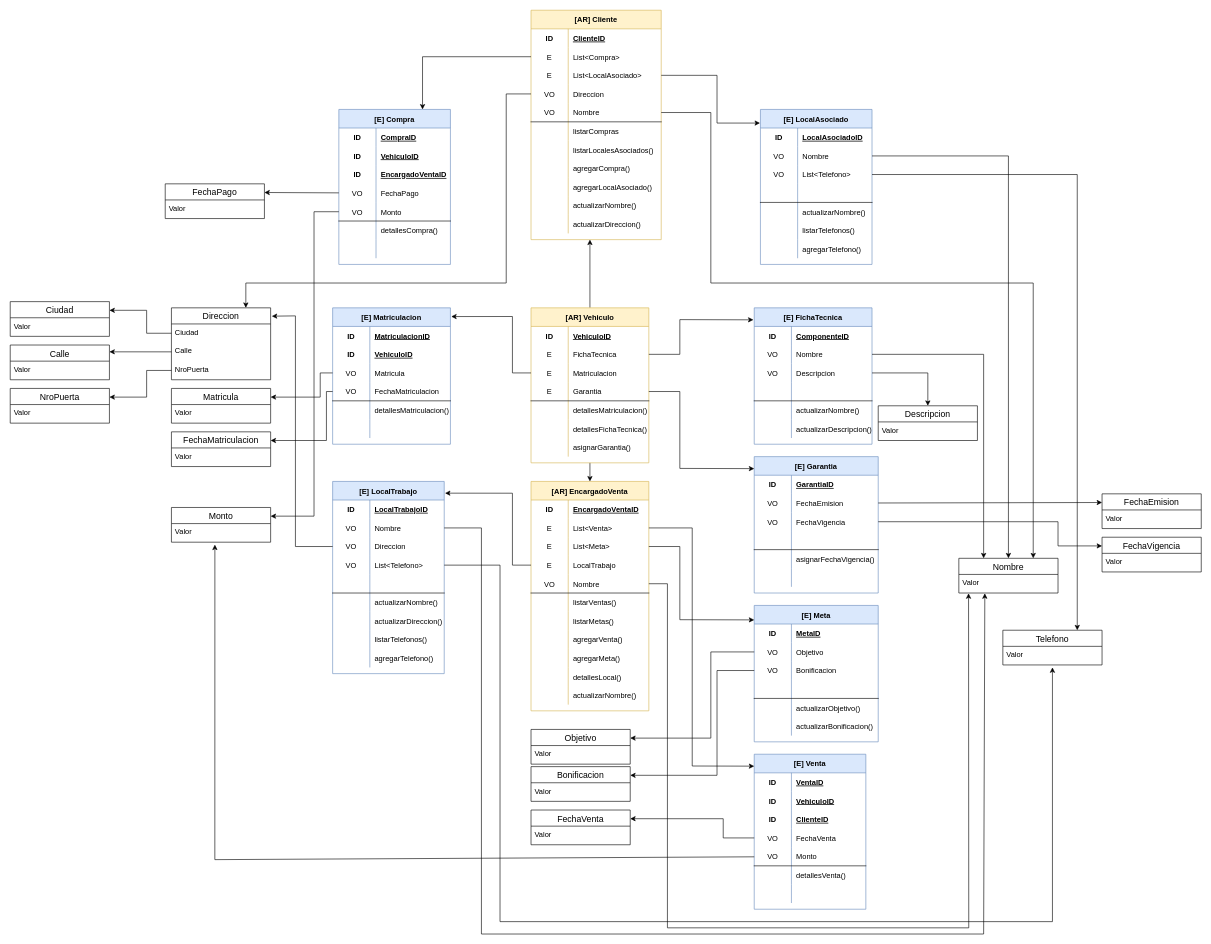
Above: page "Modelo de dominio" (2 of 3) of Reto Final DDD.drawio in HenryFerreira/Reto-Final-DDD (draw.io), before the change. Source tidied: cells renumbered, new cells numbered last; positions are measured from the earlier drawing's top-left corner, leaving out a move shared by most shapes. Both pictures are drawn from the tidied source at 62%, with x=0, y=0 at pixel (10, 10).
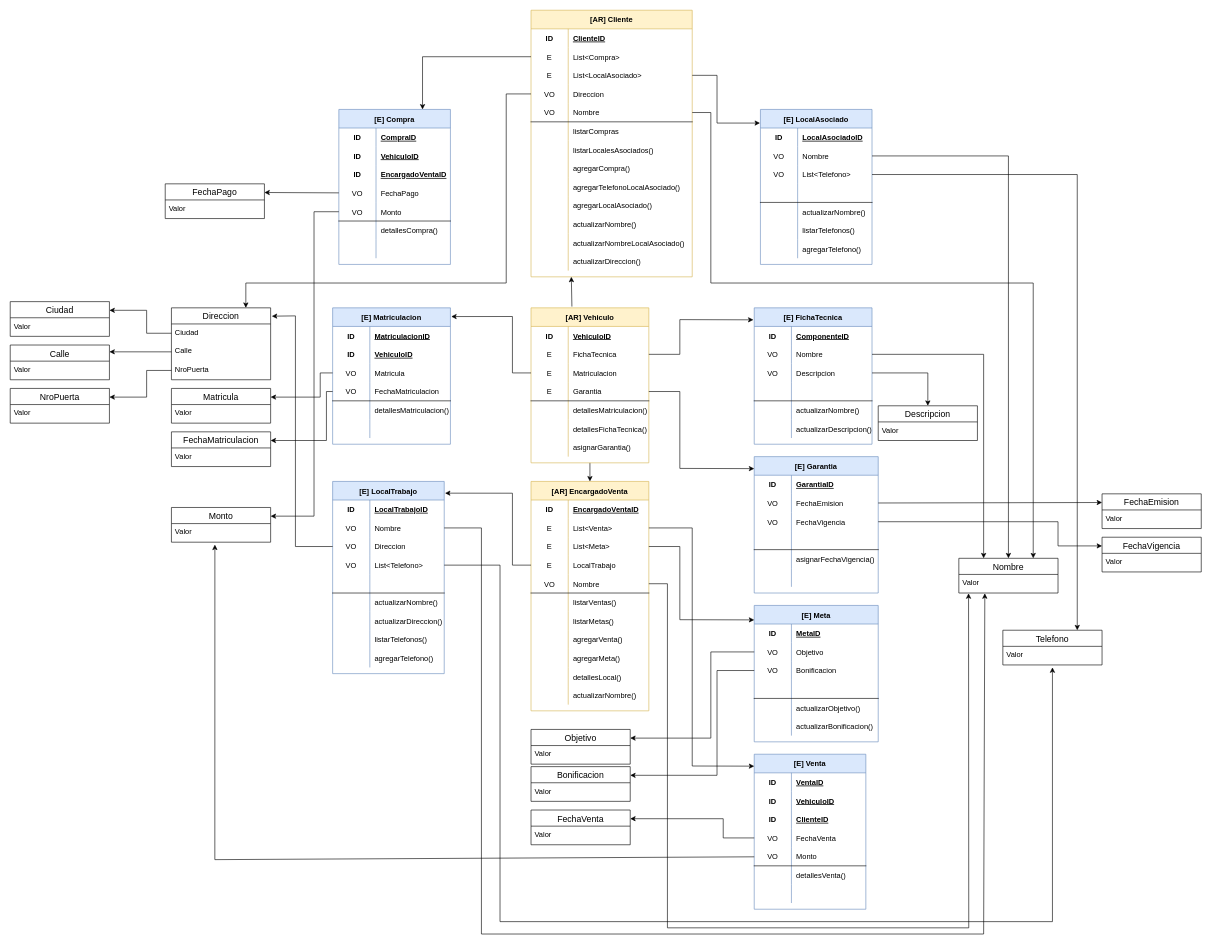
Above is the later version.

Commit message (it also covers changes not shown here):
se actualizo el Modelo de Dominio

Unchanged cells that the change refers to:
```xml
<mxCell id="38" value="[AR] Vehiculo" style="shape=table;startSize=30;childLayout=tableLayout;rowLines=0;fontStyle=1;align=center;fillColor=#fff2cc;strokeColor=#d6b656;" parent="1" vertex="1">
  <mxGeometry x="840" y="480" width="190" height="250" as="geometry" />
</mxCell>
```

What changed in the source:
```diff
@@
     <mxCell id="2" value="[AR] Cliente" style="shape=table;startSize=30;childLayout=tableLayout;rowLines=0;fontStyle=1;align=center;fillColor=#fff2cc;strokeColor=#d6b656;" parent="1" vertex="1">
-      <mxGeometry x="840" width="210" height="370" as="geometry" />
+      <mxGeometry x="840" width="260" height="430" as="geometry" />
     </mxCell>
     <mxCell id="3" style="shape=tableRow;horizontal=0;startSize=0;swimlaneHead=0;swimlaneBody=0;fillColor=none;top=0;left=0;right=0;bottom=0;" parent="2" vertex="1">
-      <mxGeometry y="30" width="210" height="30" as="geometry" />
+      <mxGeometry y="30" width="260" height="30" as="geometry" />
     </mxCell>
@@
     <mxCell id="5" value="ClienteID" style="shape=partialRectangle;fillColor=none;top=0;left=0;bottom=0;right=0;align=left;spacingLeft=6;fontStyle=5;overflow=hidden;" parent="3" vertex="1">
-      <mxGeometry x="60" width="150" height="30" as="geometry" />
+      <mxGeometry x="60" width="200" height="30" as="geometry" />
     </mxCell>
     <mxCell id="6" style="shape=tableRow;horizontal=0;startSize=0;swimlaneHead=0;swimlaneBody=0;fillColor=none;points=[[0,0.5],[1,0.5]];portConstraint=eastwest;top=0;left=0;right=0;bottom=0;strokeColor=default;" parent="2" vertex="1">
-      <mxGeometry y="60" width="210" height="30" as="geometry" />
+      <mxGeometry y="60" width="260" height="30" as="geometry" />
     </mxCell>
@@
     <mxCell id="8" value="List&lt;Compra&gt;" style="shape=partialRectangle;fillColor=none;top=0;left=0;bottom=0;right=0;align=left;spacingLeft=6;overflow=hidden;strokeColor=default;" parent="6" vertex="1">
-      <mxGeometry x="60" width="150" height="30" as="geometry" />
+      <mxGeometry x="60" width="200" height="30" as="geometry" />
     </mxCell>
     <mxCell id="9" style="shape=tableRow;horizontal=0;startSize=0;swimlaneHead=0;swimlaneBody=0;fillColor=none;points=[[0,0.5],[1,0.5]];portConstraint=eastwest;top=0;left=0;right=0;bottom=0;" parent="2" vertex="1">
-      <mxGeometry y="90" width="210" height="30" as="geometry" />
+      <mxGeometry y="90" width="260" height="30" as="geometry" />
     </mxCell>
@@
     <mxCell id="11" value="List&lt;LocalAsociado&gt;" style="shape=partialRectangle;fillColor=none;top=0;left=0;bottom=0;right=0;align=left;spacingLeft=6;overflow=hidden;" parent="9" vertex="1">
-      <mxGeometry x="60" width="150" height="30" as="geometry" />
+      <mxGeometry x="60" width="200" height="30" as="geometry" />
     </mxCell>
     <mxCell id="12" style="shape=tableRow;horizontal=0;startSize=0;swimlaneHead=0;swimlaneBody=0;fillColor=none;points=[[0,0.5],[1,0.5]];portConstraint=eastwest;top=0;left=0;right=0;bottom=0;" parent="2" vertex="1">
-      <mxGeometry y="120" width="210" height="30" as="geometry" />
+      <mxGeometry y="120" width="260" height="30" as="geometry" />
     </mxCell>
@@
     <mxCell id="14" value="Direccion" style="shape=partialRectangle;fillColor=none;top=0;left=0;bottom=0;right=0;align=left;spacingLeft=6;overflow=hidden;" parent="12" vertex="1">
-      <mxGeometry x="60" width="150" height="30" as="geometry" />
+      <mxGeometry x="60" width="200" height="30" as="geometry" />
     </mxCell>
     <mxCell id="15" style="shape=tableRow;horizontal=0;startSize=0;swimlaneHead=0;swimlaneBody=0;fillColor=none;points=[[0,0.5],[1,0.5]];portConstraint=eastwest;top=0;left=0;right=0;bottom=1;" parent="2" vertex="1">
-      <mxGeometry y="150" width="210" height="30" as="geometry" />
+      <mxGeometry y="150" width="260" height="30" as="geometry" />
     </mxCell>
@@
     <mxCell id="17" value="Nombre" style="shape=partialRectangle;fillColor=none;top=0;left=0;bottom=0;right=0;align=left;spacingLeft=6;fontStyle=0;overflow=hidden;" parent="15" vertex="1">
-      <mxGeometry x="60" width="150" height="30" as="geometry" />
+      <mxGeometry x="60" width="200" height="30" as="geometry" />
     </mxCell>
     <mxCell id="18" style="shape=tableRow;horizontal=0;startSize=0;swimlaneHead=0;swimlaneBody=0;fillColor=none;top=0;left=0;right=0;bottom=0;strokeColor=default;" parent="2" vertex="1">
-      <mxGeometry y="180" width="210" height="30" as="geometry" />
+      <mxGeometry y="180" width="260" height="30" as="geometry" />
     </mxCell>
@@
     <mxCell id="20" value="listarCompras" style="shape=partialRectangle;fillColor=none;top=0;left=0;bottom=0;right=0;align=left;spacingLeft=6;overflow=hidden;strokeColor=default;" parent="18" vertex="1">
-      <mxGeometry x="60" width="150" height="30" as="geometry" />
+      <mxGeometry x="60" width="200" height="30" as="geometry" />
     </mxCell>
     <mxCell id="21" style="shape=tableRow;horizontal=0;startSize=0;swimlaneHead=0;swimlaneBody=0;fillColor=none;top=0;left=0;right=0;bottom=0;strokeColor=default;" parent="2" vertex="1">
-      <mxGeometry y="210" width="210" height="30" as="geometry" />
+      <mxGeometry y="210" width="260" height="30" as="geometry" />
     </mxCell>
@@
     <mxCell id="23" value="listarLocalesAsociados()" style="shape=partialRectangle;fillColor=none;top=0;left=0;bottom=0;right=0;align=left;spacingLeft=6;overflow=hidden;strokeColor=default;" parent="21" vertex="1">
-      <mxGeometry x="60" width="150" height="30" as="geometry" />
+      <mxGeometry x="60" width="200" height="30" as="geometry" />
     </mxCell>
     <mxCell id="24" style="shape=tableRow;horizontal=0;startSize=0;swimlaneHead=0;swimlaneBody=0;fillColor=none;top=0;left=0;right=0;bottom=0;strokeColor=default;" parent="2" vertex="1">
-      <mxGeometry y="240" width="210" height="30" as="geometry" />
+      <mxGeometry y="240" width="260" height="30" as="geometry" />
     </mxCell>
@@
     <mxCell id="26" value="agregarCompra()" style="shape=partialRectangle;fillColor=none;top=0;left=0;bottom=0;right=0;align=left;spacingLeft=6;overflow=hidden;strokeColor=default;" parent="24" vertex="1">
-      <mxGeometry x="60" width="150" height="30" as="geometry" />
+      <mxGeometry x="60" width="200" height="30" as="geometry" />
     </mxCell>
+    <mxCell id="329" style="shape=tableRow;horizontal=0;startSize=0;swimlaneHead=0;swimlaneBody=0;fillColor=none;top=0;left=0;right=0;bottom=0;" parent="2" vertex="1">
+      <mxGeometry y="270" width="260" height="30" as="geometry" />
+    </mxCell>
+    <mxCell id="330" style="shape=partialRectangle;fillColor=none;top=0;left=0;bottom=0;right=0;overflow=hidden;" parent="329" vertex="1">
+      <mxGeometry width="60" height="30" as="geometry" />
+    </mxCell>
+    <mxCell id="331" value="agregarTelefonoLocalAsociado()" style="shape=partialRectangle;fillColor=none;top=0;left=0;bottom=0;right=0;align=left;spacingLeft=6;overflow=hidden;" parent="329" vertex="1">
+      <mxGeometry x="60" width="200" height="30" as="geometry" />
+    </mxCell>
     <mxCell id="27" style="shape=tableRow;horizontal=0;startSize=0;swimlaneHead=0;swimlaneBody=0;fillColor=none;top=0;left=0;right=0;bottom=0;strokeColor=default;" parent="2" vertex="1">
-      <mxGeometry y="270" width="210" height="30" as="geometry" />
+      <mxGeometry y="300" width="260" height="30" as="geometry" />
     </mxCell>
@@
     <mxCell id="29" value="agregarLocalAsociado()" style="shape=partialRectangle;fillColor=none;top=0;left=0;bottom=0;right=0;align=left;spacingLeft=6;overflow=hidden;strokeColor=default;" parent="27" vertex="1">
-      <mxGeometry x="60" width="150" height="30" as="geometry" />
+      <mxGeometry x="60" width="200" height="30" as="geometry" />
     </mxCell>
     <mxCell id="30" style="shape=tableRow;horizontal=0;startSize=0;swimlaneHead=0;swimlaneBody=0;fillColor=none;top=0;left=0;right=0;bottom=0;strokeColor=default;" parent="2" vertex="1">
-      <mxGeometry y="300" width="210" height="30" as="geometry" />
+      <mxGeometry y="330" width="260" height="30" as="geometry" />
     </mxCell>
@@
     <mxCell id="32" value="actualizarNombre()" style="shape=partialRectangle;fillColor=none;top=0;left=0;bottom=0;right=0;align=left;spacingLeft=6;overflow=hidden;strokeColor=default;" parent="30" vertex="1">
-      <mxGeometry x="60" width="150" height="30" as="geometry" />
+      <mxGeometry x="60" width="200" height="30" as="geometry" />
     </mxCell>
+    <mxCell id="332" style="shape=tableRow;horizontal=0;startSize=0;swimlaneHead=0;swimlaneBody=0;fillColor=none;top=0;left=0;right=0;bottom=0;" parent="2" vertex="1">
+      <mxGeometry y="360" width="260" height="30" as="geometry" />
+    </mxCell>
+    <mxCell id="333" style="shape=partialRectangle;fillColor=none;top=0;left=0;bottom=0;right=0;overflow=hidden;" parent="332" vertex="1">
+      <mxGeometry width="60" height="30" as="geometry" />
+    </mxCell>
+    <mxCell id="334" value="actualizarNombreLocalAsociado()" style="shape=partialRectangle;fillColor=none;top=0;left=0;bottom=0;right=0;align=left;spacingLeft=6;overflow=hidden;" parent="332" vertex="1">
+      <mxGeometry x="60" width="200" height="30" as="geometry" />
+    </mxCell>
     <mxCell id="33" style="shape=tableRow;horizontal=0;startSize=0;swimlaneHead=0;swimlaneBody=0;fillColor=none;top=0;left=0;right=0;bottom=0;strokeColor=default;" parent="2" vertex="1">
-      <mxGeometry y="330" width="210" height="30" as="geometry" />
+      <mxGeometry y="390" width="260" height="30" as="geometry" />
     </mxCell>
@@
     <mxCell id="35" value="actualizarDireccion()" style="shape=partialRectangle;fillColor=none;top=0;left=0;bottom=0;right=0;align=left;spacingLeft=6;overflow=hidden;strokeColor=default;" parent="33" vertex="1">
-      <mxGeometry x="60" width="150" height="30" as="geometry" />
+      <mxGeometry x="60" width="200" height="30" as="geometry" />
     </mxCell>
-    <mxCell id="36" style="edgeStyle=none;rounded=0;jettySize=auto;html=1;" parent="1" edge="1" source="38">
-      <mxGeometry relative="1" as="geometry">
-        <mxPoint x="935" y="370" as="targetPoint" />
-      </mxGeometry>
+    <mxCell id="36" style="edgeStyle=none;rounded=0;jettySize=auto;html=1;entryX=0.25;entryY=1;entryDx=0;entryDy=0;exitX=0.347;exitY=-0.008;exitDx=0;exitDy=0;exitPerimeter=0;" parent="1" edge="1" source="38" target="2">
+      <mxGeometry relative="1" as="geometry" />
     </mxCell>
```
